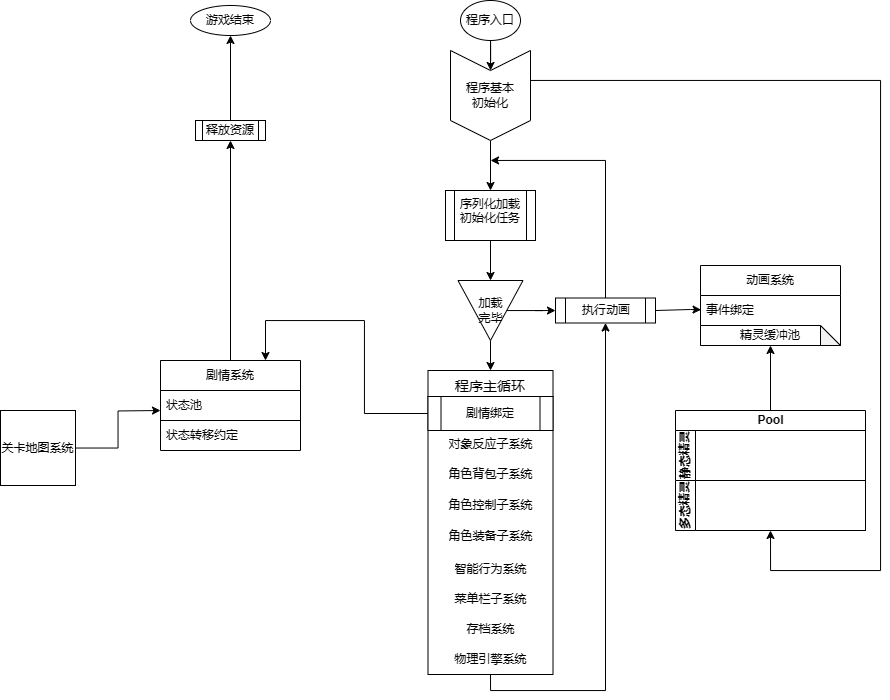
Above: 游戏框架/未命名绘图.drawio.png in AliceAuto/-Funcode- (draw.io), before the change. Source tidied: cells renumbered, new cells last; positions are measured from the earlier drawing's top-left corner, leaving out a move shared by most shapes.
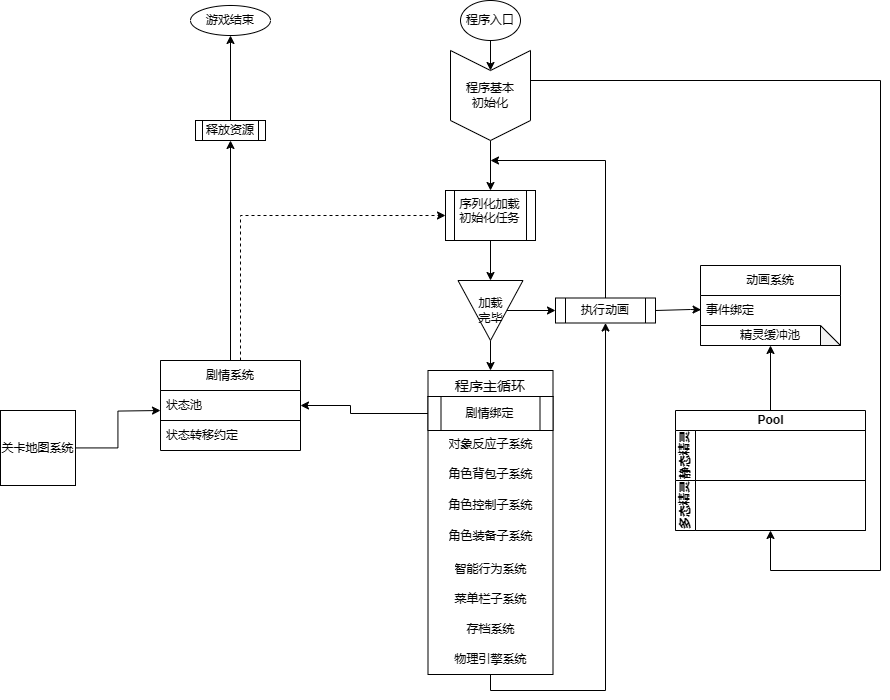
After the commit.

Commit message:
更新未命名绘图.drawio.png

Diff of the diagram source:
```diff
@@ -144,15 +144,21 @@
     <mxCell id="40" value="状态转移约定" style="text;strokeColor=none;fillColor=none;align=left;verticalAlign=middle;spacingLeft=4;spacingRight=4;overflow=hidden;whiteSpace=wrap;html=1;" parent="38" vertex="1">
       <mxGeometry y="60" width="140" height="30" as="geometry" />
     </mxCell>
+    <mxCell id="45" style="edgeStyle=orthogonalEdgeStyle;rounded=0;jettySize=auto;html=1;dashed=1;" parent="1" edge="1" source="41" target="8">
+      <mxGeometry relative="1" as="geometry">
+        <Array as="points">
+          <mxPoint x="240" y="215" />
+        </Array>
+      </mxGeometry>
+    </mxCell>
     <mxCell id="41" value="剧情系统" style="swimlane;fontStyle=0;horizontal=1;startSize=30;whiteSpace=wrap;html=1;" parent="1" vertex="1">
       <mxGeometry x="160" y="360" width="140" height="60" as="geometry" />
     </mxCell>
-    <mxCell id="42" style="edgeStyle=orthogonalEdgeStyle;rounded=0;jettySize=auto;html=1;entryX=0.75;entryY=0;entryDx=0;entryDy=0;" parent="1" edge="1" source="14" target="41">
+    <mxCell id="42" style="edgeStyle=orthogonalEdgeStyle;rounded=0;jettySize=auto;html=1;entryX=1;entryY=0.75;entryDx=0;entryDy=0;" parent="1" edge="1" source="14" target="41">
       <mxGeometry relative="1" as="geometry">
         <Array as="points">
-          <mxPoint x="364" y="413" />
-          <mxPoint x="364" y="320" />
-          <mxPoint x="265" y="320" />
+          <mxPoint x="350" y="413" />
+          <mxPoint x="350" y="405" />
         </Array>
       </mxGeometry>
     </mxCell>
```
